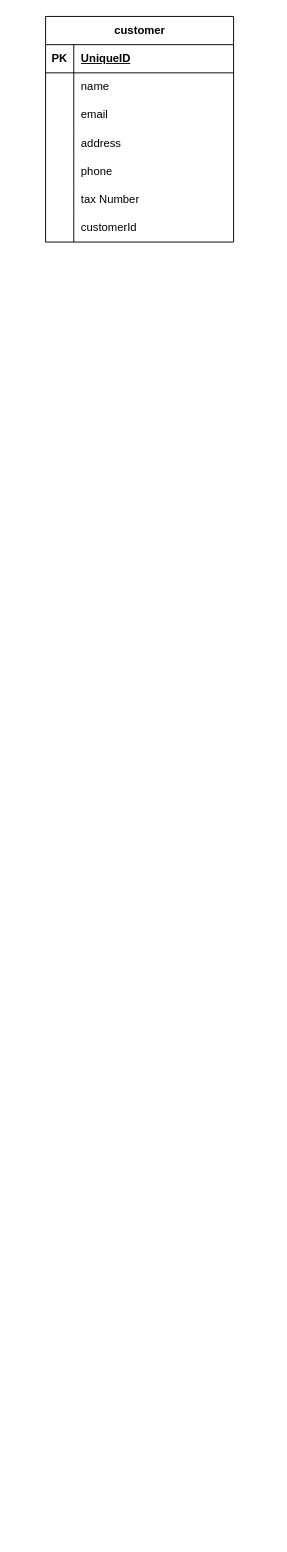
This is databases/diagram.drawio from devsrakib/esBook, a draw.io file, before an edit. Source tidied: cells renumbered, new cells numbered last; positions are measured from the earlier drawing's top-left corner, leaving out a move shared by most shapes. Both pictures are drawn from the tidied source at 94%, with x=0, y=0 at pixel (45, 16).
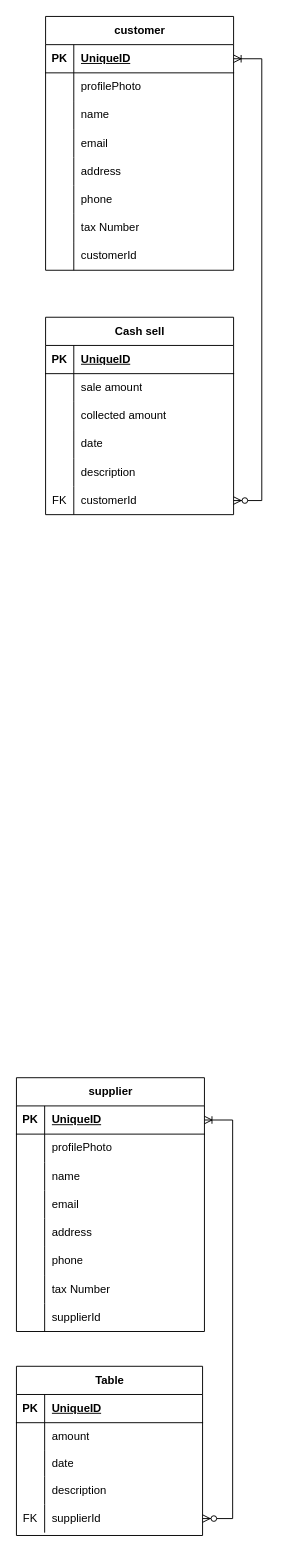
Above is the later version.

Unchanged cells that the change refers to:
```xml
<mxCell id="3" style="shape=tableRow;horizontal=0;startSize=0;swimlaneHead=0;swimlaneBody=0;fillColor=none;points=[[0,0.5],[1,0.5]];portConstraint=eastwest;top=0;left=0;right=0;bottom=1;" parent="2" vertex="1">
  <mxGeometry y="30" width="200" height="30" as="geometry" />
</mxCell>
<mxCell id="6" style="shape=tableRow;horizontal=0;startSize=0;swimlaneHead=0;swimlaneBody=0;fillColor=none;top=0;left=0;right=0;bottom=0;" parent="2" vertex="1">
  <mxGeometry y="60" width="200" height="30" as="geometry" />
</mxCell>
```

Change to the diagram source:
```diff
@@
     <mxCell id="2" value="customer" style="shape=table;startSize=30;childLayout=tableLayout;rowLines=0;fontStyle=1;align=center;html=1;flipH=0;flipV=0;" parent="1" vertex="1">
-      <mxGeometry width="200" height="240" as="geometry" />
+      <mxGeometry width="200" height="270" as="geometry" />
     </mxCell>
@@
-    <mxCell id="8" value="name" style="shape=partialRectangle;fillColor=none;top=0;left=0;bottom=0;right=0;align=left;spacingLeft=6;overflow=hidden;whiteSpace=wrap;html=1;" parent="6" vertex="1">
+    <mxCell id="8" value="profilePhoto" style="shape=partialRectangle;fillColor=none;top=0;left=0;bottom=0;right=0;align=left;spacingLeft=6;overflow=hidden;whiteSpace=wrap;html=1;" parent="6" vertex="1">
       <mxGeometry x="30" width="170" height="30" as="geometry" />
     </mxCell>
+    <mxCell id="24" style="shape=tableRow;horizontal=0;startSize=0;swimlaneHead=0;swimlaneBody=0;fillColor=none;top=0;left=0;right=0;bottom=0;" parent="2" vertex="1">
+      <mxGeometry y="90" width="200" height="30" as="geometry" />
+    </mxCell>
+    <mxCell id="25" style="shape=partialRectangle;fillColor=none;top=0;left=0;bottom=0;right=0;overflow=hidden;whiteSpace=wrap;html=1;" parent="24" vertex="1">
+      <mxGeometry width="30" height="30" as="geometry" />
+    </mxCell>
+    <mxCell id="26" value="name" style="shape=partialRectangle;fillColor=none;top=0;left=0;bottom=0;right=0;align=left;spacingLeft=6;overflow=hidden;whiteSpace=wrap;html=1;" parent="24" vertex="1">
+      <mxGeometry x="30" width="170" height="30" as="geometry" />
+    </mxCell>
     <mxCell id="9" style="shape=tableRow;horizontal=0;startSize=0;swimlaneHead=0;swimlaneBody=0;fillColor=none;top=0;left=0;right=0;bottom=0;" parent="2" vertex="1">
-      <mxGeometry y="90" width="200" height="30" as="geometry" />
+      <mxGeometry y="120" width="200" height="30" as="geometry" />
     </mxCell>
@@
     <mxCell id="12" style="shape=tableRow;horizontal=0;startSize=0;swimlaneHead=0;swimlaneBody=0;fillColor=none;top=0;left=0;right=0;bottom=0;" parent="2" vertex="1">
-      <mxGeometry y="120" width="200" height="30" as="geometry" />
+      <mxGeometry y="150" width="200" height="30" as="geometry" />
     </mxCell>
@@
     <mxCell id="15" style="shape=tableRow;horizontal=0;startSize=0;swimlaneHead=0;swimlaneBody=0;fillColor=none;top=0;left=0;right=0;bottom=0;" parent="2" vertex="1">
-      <mxGeometry y="150" width="200" height="30" as="geometry" />
+      <mxGeometry y="180" width="200" height="30" as="geometry" />
     </mxCell>
@@
     <mxCell id="18" style="shape=tableRow;horizontal=0;startSize=0;swimlaneHead=0;swimlaneBody=0;fillColor=none;top=0;left=0;right=0;bottom=0;" parent="2" vertex="1">
-      <mxGeometry y="180" width="200" height="30" as="geometry" />
+      <mxGeometry y="210" width="200" height="30" as="geometry" />
     </mxCell>
@@
     <mxCell id="21" style="shape=tableRow;horizontal=0;startSize=0;swimlaneHead=0;swimlaneBody=0;fillColor=none;top=0;left=0;right=0;bottom=0;" parent="2" vertex="1">
-      <mxGeometry y="210" width="200" height="30" as="geometry" />
+      <mxGeometry y="240" width="200" height="30" as="geometry" />
     </mxCell>
@@
+    <mxCell id="27" value="Cash sell" style="shape=table;startSize=30;childLayout=tableLayout;rowLines=0;fontStyle=1;align=center;html=1;" parent="1" vertex="1">
+      <mxGeometry y="320" width="200" height="210" as="geometry" />
+    </mxCell>
+    <mxCell id="28" style="shape=tableRow;horizontal=0;startSize=0;swimlaneHead=0;swimlaneBody=0;fillColor=none;top=0;left=0;right=0;bottom=1;" parent="27" vertex="1">
+      <mxGeometry y="30" width="200" height="30" as="geometry" />
+    </mxCell>
+    <mxCell id="29" value="PK" style="shape=partialRectangle;fillColor=none;top=0;left=0;bottom=0;right=0;fontStyle=1;overflow=hidden;whiteSpace=wrap;html=1;" parent="28" vertex="1">
+      <mxGeometry width="30" height="30" as="geometry" />
+    </mxCell>
+    <mxCell id="30" value="UniqueID" style="shape=partialRectangle;fillColor=none;top=0;left=0;bottom=0;right=0;align=left;spacingLeft=6;fontStyle=5;overflow=hidden;whiteSpace=wrap;html=1;" parent="28" vertex="1">
+      <mxGeometry x="30" width="170" height="30" as="geometry" />
+    </mxCell>
+    <mxCell id="31" style="shape=tableRow;horizontal=0;startSize=0;swimlaneHead=0;swimlaneBody=0;fillColor=none;top=0;left=0;right=0;bottom=0;" parent="27" vertex="1">
+      <mxGeometry y="60" width="200" height="30" as="geometry" />
+    </mxCell>
+    <mxCell id="32" style="shape=partialRectangle;fillColor=none;top=0;left=0;bottom=0;right=0;overflow=hidden;whiteSpace=wrap;html=1;" parent="31" vertex="1">
+      <mxGeometry width="30" height="30" as="geometry" />
+    </mxCell>
+    <mxCell id="33" value="sale amount" style="shape=partialRectangle;fillColor=none;top=0;left=0;bottom=0;right=0;align=left;spacingLeft=6;overflow=hidden;whiteSpace=wrap;html=1;" parent="31" vertex="1">
+      <mxGeometry x="30" width="170" height="30" as="geometry" />
+    </mxCell>
+    <mxCell id="34" style="shape=tableRow;horizontal=0;startSize=0;swimlaneHead=0;swimlaneBody=0;fillColor=none;top=0;left=0;right=0;bottom=0;" parent="27" vertex="1">
+      <mxGeometry y="90" width="200" height="30" as="geometry" />
+    </mxCell>
+    <mxCell id="35" style="shape=partialRectangle;fillColor=none;top=0;left=0;bottom=0;right=0;overflow=hidden;whiteSpace=wrap;html=1;" parent="34" vertex="1">
+      <mxGeometry width="30" height="30" as="geometry" />
+    </mxCell>
+    <mxCell id="36" value="collected amount" style="shape=partialRectangle;fillColor=none;top=0;left=0;bottom=0;right=0;align=left;spacingLeft=6;overflow=hidden;whiteSpace=wrap;html=1;" parent="34" vertex="1">
+      <mxGeometry x="30" width="170" height="30" as="geometry" />
+    </mxCell>
+    <mxCell id="37" style="shape=tableRow;horizontal=0;startSize=0;swimlaneHead=0;swimlaneBody=0;fillColor=none;top=0;left=0;right=0;bottom=0;" parent="27" vertex="1">
+      <mxGeometry y="120" width="200" height="30" as="geometry" />
+    </mxCell>
+    <mxCell id="38" style="shape=partialRectangle;fillColor=none;top=0;left=0;bottom=0;right=0;overflow=hidden;whiteSpace=wrap;html=1;" parent="37" vertex="1">
+      <mxGeometry width="30" height="30" as="geometry" />
+    </mxCell>
+    <mxCell id="39" value="date" style="shape=partialRectangle;fillColor=none;top=0;left=0;bottom=0;right=0;align=left;spacingLeft=6;overflow=hidden;whiteSpace=wrap;html=1;" parent="37" vertex="1">
+      <mxGeometry x="30" width="170" height="30" as="geometry" />
+    </mxCell>
+    <mxCell id="40" style="shape=tableRow;horizontal=0;startSize=0;swimlaneHead=0;swimlaneBody=0;fillColor=none;top=0;left=0;right=0;bottom=0;" parent="27" vertex="1">
+      <mxGeometry y="150" width="200" height="30" as="geometry" />
+    </mxCell>
+    <mxCell id="41" style="shape=partialRectangle;fillColor=none;top=0;left=0;bottom=0;right=0;overflow=hidden;whiteSpace=wrap;html=1;" parent="40" vertex="1">
+      <mxGeometry width="30" height="30" as="geometry" />
+    </mxCell>
+    <mxCell id="42" value="description" style="shape=partialRectangle;fillColor=none;top=0;left=0;bottom=0;right=0;align=left;spacingLeft=6;overflow=hidden;whiteSpace=wrap;html=1;" parent="40" vertex="1">
+      <mxGeometry x="30" width="170" height="30" as="geometry" />
+    </mxCell>
+    <mxCell id="43" style="shape=tableRow;horizontal=0;startSize=0;swimlaneHead=0;swimlaneBody=0;fillColor=none;points=[[0,0.5],[1,0.5]];portConstraint=eastwest;top=0;left=0;right=0;bottom=0;" parent="27" vertex="1">
+      <mxGeometry y="180" width="200" height="30" as="geometry" />
+    </mxCell>
+    <mxCell id="44" value="FK" style="shape=partialRectangle;fillColor=none;top=0;left=0;bottom=0;right=0;overflow=hidden;whiteSpace=wrap;html=1;" parent="43" vertex="1">
+      <mxGeometry width="30" height="30" as="geometry" />
+    </mxCell>
+    <mxCell id="45" value="customerId" style="shape=partialRectangle;fillColor=none;top=0;left=0;bottom=0;right=0;align=left;spacingLeft=6;overflow=hidden;whiteSpace=wrap;html=1;" parent="43" vertex="1">
+      <mxGeometry x="30" width="170" height="30" as="geometry" />
+    </mxCell>
+    <mxCell id="46" value="supplier" style="shape=table;startSize=30;childLayout=tableLayout;rowLines=0;fontStyle=1;align=center;html=1;flipH=0;flipV=0;" parent="1" vertex="1">
+      <mxGeometry x="-31" y="1129" width="200" height="270" as="geometry" />
+    </mxCell>
+    <mxCell id="47" style="shape=tableRow;horizontal=0;startSize=0;swimlaneHead=0;swimlaneBody=0;fillColor=none;points=[[0,0.5],[1,0.5]];portConstraint=eastwest;top=0;left=0;right=0;bottom=1;" parent="46" vertex="1">
+      <mxGeometry y="30" width="200" height="30" as="geometry" />
+    </mxCell>
+    <mxCell id="48" value="PK" style="shape=partialRectangle;fillColor=none;top=0;left=0;bottom=0;right=0;fontStyle=1;overflow=hidden;whiteSpace=wrap;html=1;" parent="47" vertex="1">
+      <mxGeometry width="30" height="30" as="geometry" />
+    </mxCell>
+    <mxCell id="49" value="UniqueID" style="shape=partialRectangle;fillColor=none;top=0;left=0;bottom=0;right=0;align=left;spacingLeft=6;fontStyle=5;overflow=hidden;whiteSpace=wrap;html=1;" parent="47" vertex="1">
+      <mxGeometry x="30" width="170" height="30" as="geometry" />
+    </mxCell>
+    <mxCell id="50" style="shape=tableRow;horizontal=0;startSize=0;swimlaneHead=0;swimlaneBody=0;fillColor=none;top=0;left=0;right=0;bottom=0;" parent="46" vertex="1">
+      <mxGeometry y="60" width="200" height="30" as="geometry" />
+    </mxCell>
+    <mxCell id="51" style="shape=partialRectangle;fillColor=none;top=0;left=0;bottom=0;right=0;overflow=hidden;whiteSpace=wrap;html=1;" parent="50" vertex="1">
+      <mxGeometry width="30" height="30" as="geometry" />
+    </mxCell>
+    <mxCell id="52" value="profilePhoto" style="shape=partialRectangle;fillColor=none;top=0;left=0;bottom=0;right=0;align=left;spacingLeft=6;overflow=hidden;whiteSpace=wrap;html=1;" parent="50" vertex="1">
+      <mxGeometry x="30" width="170" height="30" as="geometry" />
+    </mxCell>
+    <mxCell id="53" style="shape=tableRow;horizontal=0;startSize=0;swimlaneHead=0;swimlaneBody=0;fillColor=none;top=0;left=0;right=0;bottom=0;" parent="46" vertex="1">
+      <mxGeometry y="90" width="200" height="30" as="geometry" />
+    </mxCell>
+    <mxCell id="54" style="shape=partialRectangle;fillColor=none;top=0;left=0;bottom=0;right=0;overflow=hidden;whiteSpace=wrap;html=1;" parent="53" vertex="1">
+      <mxGeometry width="30" height="30" as="geometry" />
+    </mxCell>
+    <mxCell id="55" value="name" style="shape=partialRectangle;fillColor=none;top=0;left=0;bottom=0;right=0;align=left;spacingLeft=6;overflow=hidden;whiteSpace=wrap;html=1;" parent="53" vertex="1">
+      <mxGeometry x="30" width="170" height="30" as="geometry" />
+    </mxCell>
+    <mxCell id="56" style="shape=tableRow;horizontal=0;startSize=0;swimlaneHead=0;swimlaneBody=0;fillColor=none;top=0;left=0;right=0;bottom=0;" parent="46" vertex="1">
+      <mxGeometry y="120" width="200" height="30" as="geometry" />
+    </mxCell>
+    <mxCell id="57" style="shape=partialRectangle;fillColor=none;top=0;left=0;bottom=0;right=0;overflow=hidden;whiteSpace=wrap;html=1;" parent="56" vertex="1">
+      <mxGeometry width="30" height="30" as="geometry" />
+    </mxCell>
+    <mxCell id="58" value="email" style="shape=partialRectangle;fillColor=none;top=0;left=0;bottom=0;right=0;align=left;spacingLeft=6;overflow=hidden;whiteSpace=wrap;html=1;" parent="56" vertex="1">
+      <mxGeometry x="30" width="170" height="30" as="geometry" />
+    </mxCell>
+    <mxCell id="59" style="shape=tableRow;horizontal=0;startSize=0;swimlaneHead=0;swimlaneBody=0;fillColor=none;top=0;left=0;right=0;bottom=0;" parent="46" vertex="1">
+      <mxGeometry y="150" width="200" height="30" as="geometry" />
+    </mxCell>
+    <mxCell id="60" style="shape=partialRectangle;fillColor=none;top=0;left=0;bottom=0;right=0;overflow=hidden;whiteSpace=wrap;html=1;" parent="59" vertex="1">
+      <mxGeometry width="30" height="30" as="geometry" />
+    </mxCell>
+    <mxCell id="61" value="address" style="shape=partialRectangle;fillColor=none;top=0;left=0;bottom=0;right=0;align=left;spacingLeft=6;overflow=hidden;whiteSpace=wrap;html=1;" parent="59" vertex="1">
+      <mxGeometry x="30" width="170" height="30" as="geometry" />
+    </mxCell>
+    <mxCell id="62" style="shape=tableRow;horizontal=0;startSize=0;swimlaneHead=0;swimlaneBody=0;fillColor=none;top=0;left=0;right=0;bottom=0;" parent="46" vertex="1">
+      <mxGeometry y="180" width="200" height="30" as="geometry" />
+    </mxCell>
+    <mxCell id="63" style="shape=partialRectangle;fillColor=none;top=0;left=0;bottom=0;right=0;overflow=hidden;whiteSpace=wrap;html=1;" parent="62" vertex="1">
+      <mxGeometry width="30" height="30" as="geometry" />
+    </mxCell>
+    <mxCell id="64" value="phone" style="shape=partialRectangle;fillColor=none;top=0;left=0;bottom=0;right=0;align=left;spacingLeft=6;overflow=hidden;whiteSpace=wrap;html=1;" parent="62" vertex="1">
+      <mxGeometry x="30" width="170" height="30" as="geometry" />
+    </mxCell>
+    <mxCell id="65" style="shape=tableRow;horizontal=0;startSize=0;swimlaneHead=0;swimlaneBody=0;fillColor=none;top=0;left=0;right=0;bottom=0;" parent="46" vertex="1">
+      <mxGeometry y="210" width="200" height="30" as="geometry" />
+    </mxCell>
+    <mxCell id="66" style="shape=partialRectangle;fillColor=none;top=0;left=0;bottom=0;right=0;overflow=hidden;whiteSpace=wrap;html=1;" parent="65" vertex="1">
+      <mxGeometry width="30" height="30" as="geometry" />
+    </mxCell>
+    <mxCell id="67" value="tax Number" style="shape=partialRectangle;fillColor=none;top=0;left=0;bottom=0;right=0;align=left;spacingLeft=6;overflow=hidden;whiteSpace=wrap;html=1;" parent="65" vertex="1">
+      <mxGeometry x="30" width="170" height="30" as="geometry" />
+    </mxCell>
+    <mxCell id="68" style="shape=tableRow;horizontal=0;startSize=0;swimlaneHead=0;swimlaneBody=0;fillColor=none;top=0;left=0;right=0;bottom=0;" parent="46" vertex="1">
+      <mxGeometry y="240" width="200" height="30" as="geometry" />
+    </mxCell>
+    <mxCell id="69" style="shape=partialRectangle;fillColor=none;top=0;left=0;bottom=0;right=0;overflow=hidden;whiteSpace=wrap;html=1;" parent="68" vertex="1">
+      <mxGeometry width="30" height="30" as="geometry" />
+    </mxCell>
+    <mxCell id="70" value="supplierId" style="shape=partialRectangle;fillColor=none;top=0;left=0;bottom=0;right=0;align=left;spacingLeft=6;overflow=hidden;whiteSpace=wrap;html=1;" parent="68" vertex="1">
+      <mxGeometry x="30" width="170" height="30" as="geometry" />
+    </mxCell>
+    <mxCell id="71" style="edgeStyle=entityRelationEdgeStyle;fontSize=12;html=1;endArrow=ERoneToMany;startArrow=ERzeroToMany;rounded=0;exitX=1;exitY=0.5;exitDx=0;exitDy=0;" parent="1" edge="1" source="43" target="3">
+      <mxGeometry relative="1" as="geometry" />
+    </mxCell>
+    <mxCell id="72" value="Table" style="shape=table;startSize=30;childLayout=tableLayout;rowLines=0;fontStyle=1;align=center;html=1;" parent="1" vertex="1">
+      <mxGeometry x="-31" y="1436" width="198" height="180" as="geometry" />
+    </mxCell>
+    <mxCell id="73" style="shape=tableRow;horizontal=0;startSize=0;swimlaneHead=0;swimlaneBody=0;fillColor=none;top=0;left=0;right=0;bottom=1;" parent="72" vertex="1">
+      <mxGeometry y="30" width="198" height="30" as="geometry" />
+    </mxCell>
+    <mxCell id="74" value="PK" style="shape=partialRectangle;fillColor=none;top=0;left=0;bottom=0;right=0;fontStyle=1;overflow=hidden;whiteSpace=wrap;html=1;" parent="73" vertex="1">
+      <mxGeometry width="30" height="30" as="geometry" />
+    </mxCell>
+    <mxCell id="75" value="UniqueID" style="shape=partialRectangle;fillColor=none;top=0;left=0;bottom=0;right=0;align=left;spacingLeft=6;fontStyle=5;overflow=hidden;whiteSpace=wrap;html=1;" parent="73" vertex="1">
+      <mxGeometry x="30" width="168" height="30" as="geometry" />
+    </mxCell>
+    <mxCell id="76" style="shape=tableRow;horizontal=0;startSize=0;swimlaneHead=0;swimlaneBody=0;fillColor=none;top=0;left=0;right=0;bottom=0;" parent="72" vertex="1">
+      <mxGeometry y="60" width="198" height="30" as="geometry" />
+    </mxCell>
+    <mxCell id="77" style="shape=partialRectangle;fillColor=none;top=0;left=0;bottom=0;right=0;overflow=hidden;whiteSpace=wrap;html=1;" parent="76" vertex="1">
+      <mxGeometry width="30" height="30" as="geometry" />
+    </mxCell>
+    <mxCell id="78" value="amount" style="shape=partialRectangle;fillColor=none;top=0;left=0;bottom=0;right=0;align=left;spacingLeft=6;overflow=hidden;whiteSpace=wrap;html=1;" parent="76" vertex="1">
+      <mxGeometry x="30" width="168" height="30" as="geometry" />
+    </mxCell>
+    <mxCell id="79" style="shape=tableRow;horizontal=0;startSize=0;swimlaneHead=0;swimlaneBody=0;fillColor=none;top=0;left=0;right=0;bottom=0;" parent="72" vertex="1">
+      <mxGeometry y="90" width="198" height="27" as="geometry" />
+    </mxCell>
+    <mxCell id="80" style="shape=partialRectangle;fillColor=none;top=0;left=0;bottom=0;right=0;overflow=hidden;whiteSpace=wrap;html=1;" parent="79" vertex="1">
+      <mxGeometry width="30" height="27" as="geometry" />
+    </mxCell>
+    <mxCell id="81" value="date" style="shape=partialRectangle;fillColor=none;top=0;left=0;bottom=0;right=0;align=left;spacingLeft=6;overflow=hidden;whiteSpace=wrap;html=1;" parent="79" vertex="1">
+      <mxGeometry x="30" width="168" height="27" as="geometry" />
+    </mxCell>
+    <mxCell id="82" style="shape=tableRow;horizontal=0;startSize=0;swimlaneHead=0;swimlaneBody=0;fillColor=none;top=0;left=0;right=0;bottom=0;" parent="72" vertex="1">
+      <mxGeometry y="117" width="198" height="30" as="geometry" />
+    </mxCell>
+    <mxCell id="83" style="shape=partialRectangle;fillColor=none;top=0;left=0;bottom=0;right=0;overflow=hidden;whiteSpace=wrap;html=1;" parent="82" vertex="1">
+      <mxGeometry width="30" height="30" as="geometry" />
+    </mxCell>
+    <mxCell id="84" value="description" style="shape=partialRectangle;fillColor=none;top=0;left=0;bottom=0;right=0;align=left;spacingLeft=6;overflow=hidden;whiteSpace=wrap;html=1;" parent="82" vertex="1">
+      <mxGeometry x="30" width="168" height="30" as="geometry" />
+    </mxCell>
+    <mxCell id="85" style="shape=tableRow;horizontal=0;startSize=0;swimlaneHead=0;swimlaneBody=0;fillColor=none;top=0;left=0;right=0;bottom=0;" parent="72" vertex="1">
+      <mxGeometry y="147" width="198" height="30" as="geometry" />
+    </mxCell>
+    <mxCell id="86" value="FK" style="shape=partialRectangle;fillColor=none;top=0;left=0;bottom=0;right=0;overflow=hidden;whiteSpace=wrap;html=1;" parent="85" vertex="1">
+      <mxGeometry width="30" height="30" as="geometry" />
+    </mxCell>
+    <mxCell id="87" value="supplierId" style="shape=partialRectangle;fillColor=none;top=0;left=0;bottom=0;right=0;align=left;spacingLeft=6;overflow=hidden;whiteSpace=wrap;html=1;" parent="85" vertex="1">
+      <mxGeometry x="30" width="168" height="30" as="geometry" />
+    </mxCell>
+    <mxCell id="88" style="edgeStyle=entityRelationEdgeStyle;fontSize=12;html=1;endArrow=ERoneToMany;startArrow=ERzeroToMany;rounded=0;" parent="1" edge="1" target="47">
+      <mxGeometry relative="1" as="geometry">
+        <mxPoint x="167" y="1598" as="sourcePoint" />
+        <Array as="points">
+          <mxPoint x="222" y="1608" />
+          <mxPoint x="213" y="1293" />
+          <mxPoint x="267" y="1293" />
+        </Array>
+      </mxGeometry>
+    </mxCell>
```
